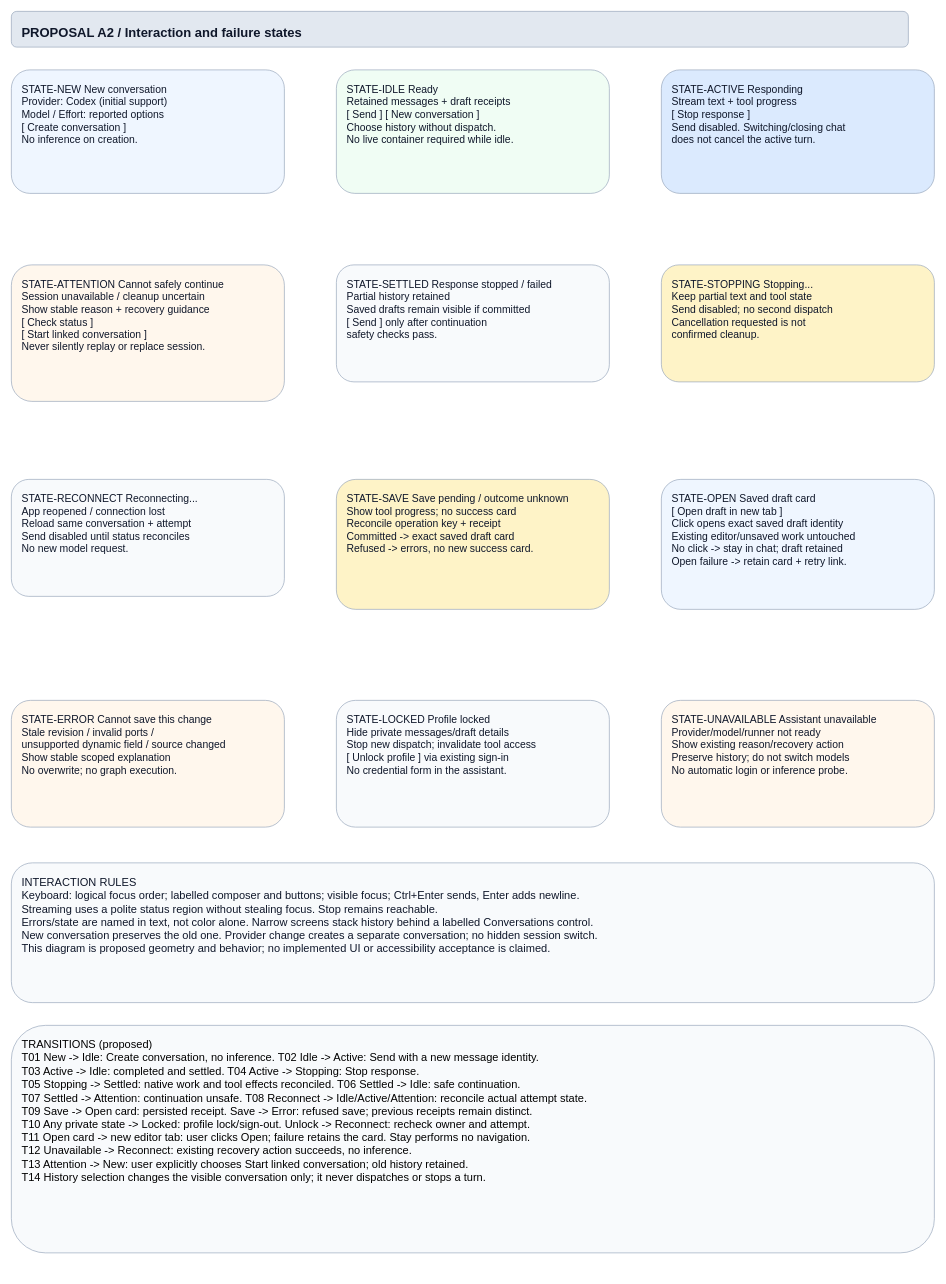
The draw.io diagram page "A2 - Chat and recovery states" (2 of 2) of projects/laomedo/subsystems/agent-execution/design/application-assistant.drawio in amadou-6e/specs, before the edit. Source tidied: cells renumbered, new cells numbered last; positions are measured from the earlier drawing's top-left corner, leaving out a move shared by most shapes. Both pictures are drawn from the tidied source at 65%, with x=0, y=0 at pixel (11, 11).
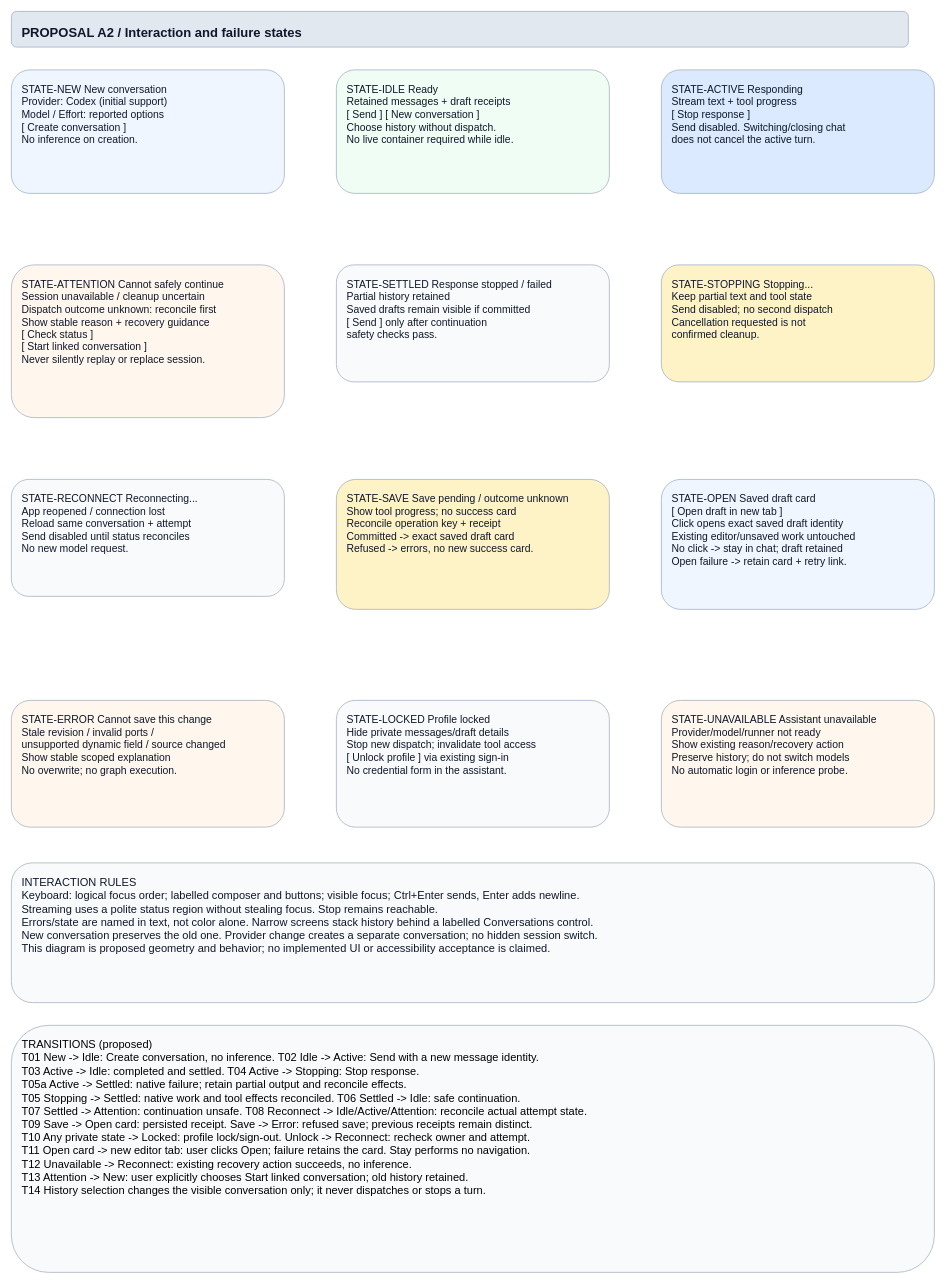
Above is the later version.

Diff of the diagram source:
```diff
@@
 <mxGraphModel>
   <root>
     <mxCell id="0" />
     <mxCell id="1" parent="0" />
     <mxCell id="2" value="PROPOSAL A2 / Interaction and failure states" style="rounded=1;whiteSpace=wrap;html=0;fillColor=#e2e8f0;strokeColor=#94a3b8;fontColor=#0f172a;fontFamily=Arial;fontSize=20;align=left;verticalAlign=top;spacing=16;fontStyle=1;" parent="1" vertex="1">
       <mxGeometry width="1380" height="55" as="geometry" />
     </mxCell>
     <mxCell id="3" value="STATE-NEW  New conversation&#10;Provider: Codex (initial support)&#10;Model / Effort: reported options&#10;[ Create conversation ]&#10;No inference on creation." style="rounded=1;whiteSpace=wrap;html=0;fillColor=#eff6ff;strokeColor=#94a3b8;fontColor=#0f172a;fontFamily=Arial;fontSize=16;align=left;verticalAlign=top;spacing=16;" parent="1" vertex="1">
       <mxGeometry y="90" width="420" height="190" as="geometry" />
     </mxCell>
     <mxCell id="4" value="STATE-IDLE  Ready&#10;Retained messages + draft receipts&#10;[ Send ]  [ New conversation ]&#10;Choose history without dispatch.&#10;No live container required while idle." style="rounded=1;whiteSpace=wrap;html=0;fillColor=#f0fdf4;strokeColor=#94a3b8;fontColor=#0f172a;fontFamily=Arial;fontSize=16;align=left;verticalAlign=top;spacing=16;" parent="1" vertex="1">
       <mxGeometry x="500" y="90" width="420" height="190" as="geometry" />
     </mxCell>
     <mxCell id="5" value="STATE-ACTIVE  Responding&#10;Stream text + tool progress&#10;[ Stop response ]&#10;Send disabled. Switching/closing chat&#10;does not cancel the active turn." style="rounded=1;whiteSpace=wrap;html=0;fillColor=#dbeafe;strokeColor=#94a3b8;fontColor=#0f172a;fontFamily=Arial;fontSize=16;align=left;verticalAlign=top;spacing=16;" parent="1" vertex="1">
       <mxGeometry x="1000" y="90" width="420" height="190" as="geometry" />
     </mxCell>
     <mxCell id="6" value="STATE-STOPPING  Stopping...&#10;Keep partial text and tool state&#10;Send disabled; no second dispatch&#10;Cancellation requested is not&#10;confirmed cleanup." style="rounded=1;whiteSpace=wrap;html=0;fillColor=#fef3c7;strokeColor=#94a3b8;fontColor=#0f172a;fontFamily=Arial;fontSize=16;align=left;verticalAlign=top;spacing=16;" parent="1" vertex="1">
       <mxGeometry x="1000" y="390" width="420" height="180" as="geometry" />
     </mxCell>
     <mxCell id="7" value="STATE-SETTLED  Response stopped / failed&#10;Partial history retained&#10;Saved drafts remain visible if committed&#10;[ Send ] only after continuation&#10;safety checks pass." style="rounded=1;whiteSpace=wrap;html=0;fillColor=#f8fafc;strokeColor=#94a3b8;fontColor=#0f172a;fontFamily=Arial;fontSize=16;align=left;verticalAlign=top;spacing=16;" parent="1" vertex="1">
       <mxGeometry x="500" y="390" width="420" height="180" as="geometry" />
     </mxCell>
-    <mxCell id="8" value="STATE-ATTENTION  Cannot safely continue&#10;Session unavailable / cleanup uncertain&#10;Show stable reason + recovery guidance&#10;[ Check status ]&#10;[ Start linked conversation ]&#10;Never silently replay or replace session." style="rounded=1;whiteSpace=wrap;html=0;fillColor=#fff7ed;strokeColor=#94a3b8;fontColor=#0f172a;fontFamily=Arial;fontSize=16;align=left;verticalAlign=top;spacing=16;" parent="1" vertex="1">
-      <mxGeometry y="390" width="420" height="210" as="geometry" />
+    <mxCell id="8" value="STATE-ATTENTION  Cannot safely continue&#10;Session unavailable / cleanup uncertain&#10;Dispatch outcome unknown: reconcile first&#10;Show stable reason + recovery guidance&#10;[ Check status ]&#10;[ Start linked conversation ]&#10;Never silently replay or replace session." style="rounded=1;whiteSpace=wrap;html=0;fillColor=#fff7ed;strokeColor=#94a3b8;fontColor=#0f172a;fontFamily=Arial;fontSize=16;align=left;verticalAlign=top;spacing=16;" parent="1" vertex="1">
+      <mxGeometry y="390" width="420" height="235" as="geometry" />
     </mxCell>
     <mxCell id="9" value="STATE-RECONNECT  Reconnecting...&#10;App reopened / connection lost&#10;Reload same conversation + attempt&#10;Send disabled until status reconciles&#10;No new model request." style="rounded=1;whiteSpace=wrap;html=0;fillColor=#f8fafc;strokeColor=#94a3b8;fontColor=#0f172a;fontFamily=Arial;fontSize=16;align=left;verticalAlign=top;spacing=16;" parent="1" vertex="1">
       <mxGeometry y="720" width="420" height="180" as="geometry" />
     </mxCell>
     <mxCell id="10" value="STATE-SAVE  Save pending / outcome unknown&#10;Show tool progress; no success card&#10;Reconcile operation key + receipt&#10;Committed -&gt; exact saved draft card&#10;Refused -&gt; errors, no new success card." style="rounded=1;whiteSpace=wrap;html=0;fillColor=#fef3c7;strokeColor=#94a3b8;fontColor=#0f172a;fontFamily=Arial;fontSize=16;align=left;verticalAlign=top;spacing=16;" parent="1" vertex="1">
       <mxGeometry x="500" y="720" width="420" height="200" as="geometry" />
     </mxCell>
     <mxCell id="11" value="STATE-OPEN  Saved draft card&#10;[ Open draft in new tab ]&#10;Click opens exact saved draft identity&#10;Existing editor/unsaved work untouched&#10;No click -&gt; stay in chat; draft retained&#10;Open failure -&gt; retain card + retry link." style="rounded=1;whiteSpace=wrap;html=0;fillColor=#eff6ff;strokeColor=#94a3b8;fontColor=#0f172a;fontFamily=Arial;fontSize=16;align=left;verticalAlign=top;spacing=16;" parent="1" vertex="1">
       <mxGeometry x="1000" y="720" width="420" height="200" as="geometry" />
     </mxCell>
     <mxCell id="12" value="STATE-ERROR  Cannot save this change&#10;Stale revision / invalid ports /&#10;unsupported dynamic field / source changed&#10;Show stable scoped explanation&#10;No overwrite; no graph execution." style="rounded=1;whiteSpace=wrap;html=0;fillColor=#fff7ed;strokeColor=#94a3b8;fontColor=#0f172a;fontFamily=Arial;fontSize=16;align=left;verticalAlign=top;spacing=16;" parent="1" vertex="1">
       <mxGeometry y="1060" width="420" height="195" as="geometry" />
     </mxCell>
     <mxCell id="13" value="STATE-LOCKED  Profile locked&#10;Hide private messages/draft details&#10;Stop new dispatch; invalidate tool access&#10;[ Unlock profile ] via existing sign-in&#10;No credential form in the assistant." style="rounded=1;whiteSpace=wrap;html=0;fillColor=#f8fafc;strokeColor=#94a3b8;fontColor=#0f172a;fontFamily=Arial;fontSize=16;align=left;verticalAlign=top;spacing=16;" parent="1" vertex="1">
       <mxGeometry x="500" y="1060" width="420" height="195" as="geometry" />
     </mxCell>
     <mxCell id="14" value="STATE-UNAVAILABLE  Assistant unavailable&#10;Provider/model/runner not ready&#10;Show existing reason/recovery action&#10;Preserve history; do not switch models&#10;No automatic login or inference probe." style="rounded=1;whiteSpace=wrap;html=0;fillColor=#fff7ed;strokeColor=#94a3b8;fontColor=#0f172a;fontFamily=Arial;fontSize=16;align=left;verticalAlign=top;spacing=16;" parent="1" vertex="1">
       <mxGeometry x="1000" y="1060" width="420" height="195" as="geometry" />
     </mxCell>
     <mxCell id="15" value="INTERACTION RULES&#10;Keyboard: logical focus order; labelled composer and buttons; visible focus; Ctrl+Enter sends, Enter adds newline.&#10;Streaming uses a polite status region without stealing focus. Stop remains reachable.&#10;Errors/state are named in text, not color alone. Narrow screens stack history behind a labelled Conversations control.&#10;New conversation preserves the old one. Provider change creates a separate conversation; no hidden session switch.&#10;This diagram is proposed geometry and behavior; no implemented UI or accessibility acceptance is claimed." style="rounded=1;whiteSpace=wrap;html=0;fillColor=#f8fafc;strokeColor=#94a3b8;fontColor=#0f172a;fontFamily=Arial;fontSize=17;align=left;verticalAlign=top;spacing=16;" parent="1" vertex="1">
       <mxGeometry y="1310" width="1420" height="215" as="geometry" />
     </mxCell>
-    <mxCell id="16" value="TRANSITIONS (proposed)&#10;T01 New -&gt; Idle: Create conversation, no inference. T02 Idle -&gt; Active: Send with a new message identity.&#10;T03 Active -&gt; Idle: completed and settled. T04 Active -&gt; Stopping: Stop response.&#10;T05 Stopping -&gt; Settled: native work and tool effects reconciled. T06 Settled -&gt; Idle: safe continuation.&#10;T07 Settled -&gt; Attention: continuation unsafe. T08 Reconnect -&gt; Idle/Active/Attention: reconcile actual attempt state.&#10;T09 Save -&gt; Open card: persisted receipt. Save -&gt; Error: refused save; previous receipts remain distinct.&#10;T10 Any private state -&gt; Locked: profile lock/sign-out. Unlock -&gt; Reconnect: recheck owner and attempt.&#10;T11 Open card -&gt; new editor tab: user clicks Open; failure retains the card. Stay performs no navigation.&#10;T12 Unavailable -&gt; Reconnect: existing recovery action succeeds, no inference.&#10;T13 Attention -&gt; New: user explicitly chooses Start linked conversation; old history retained.&#10;T14 History selection changes the visible conversation only; it never dispatches or stops a turn." style="rounded=1;whiteSpace=wrap;html=0;fillColor=#f8fafc;strokeColor=#94a3b8;fontSize=17;fontFamily=Arial;align=left;verticalAlign=top;spacing=16;" parent="1" vertex="1">
-      <mxGeometry y="1560" width="1420" height="350" as="geometry" />
+    <mxCell id="16" value="TRANSITIONS (proposed)&#10;T01 New -&gt; Idle: Create conversation, no inference. T02 Idle -&gt; Active: Send with a new message identity.&#10;T03 Active -&gt; Idle: completed and settled. T04 Active -&gt; Stopping: Stop response.&#10;T05a Active -&gt; Settled: native failure; retain partial output and reconcile effects.&#10;T05 Stopping -&gt; Settled: native work and tool effects reconciled. T06 Settled -&gt; Idle: safe continuation.&#10;T07 Settled -&gt; Attention: continuation unsafe. T08 Reconnect -&gt; Idle/Active/Attention: reconcile actual attempt state.&#10;T09 Save -&gt; Open card: persisted receipt. Save -&gt; Error: refused save; previous receipts remain distinct.&#10;T10 Any private state -&gt; Locked: profile lock/sign-out. Unlock -&gt; Reconnect: recheck owner and attempt.&#10;T11 Open card -&gt; new editor tab: user clicks Open; failure retains the card. Stay performs no navigation.&#10;T12 Unavailable -&gt; Reconnect: existing recovery action succeeds, no inference.&#10;T13 Attention -&gt; New: user explicitly chooses Start linked conversation; old history retained.&#10;T14 History selection changes the visible conversation only; it never dispatches or stops a turn." style="rounded=1;whiteSpace=wrap;html=0;fillColor=#f8fafc;strokeColor=#94a3b8;fontSize=17;fontFamily=Arial;align=left;verticalAlign=top;spacing=16;" parent="1" vertex="1">
+      <mxGeometry y="1560" width="1420" height="380" as="geometry" />
     </mxCell>
   </root>
 </mxGraphModel>
```
